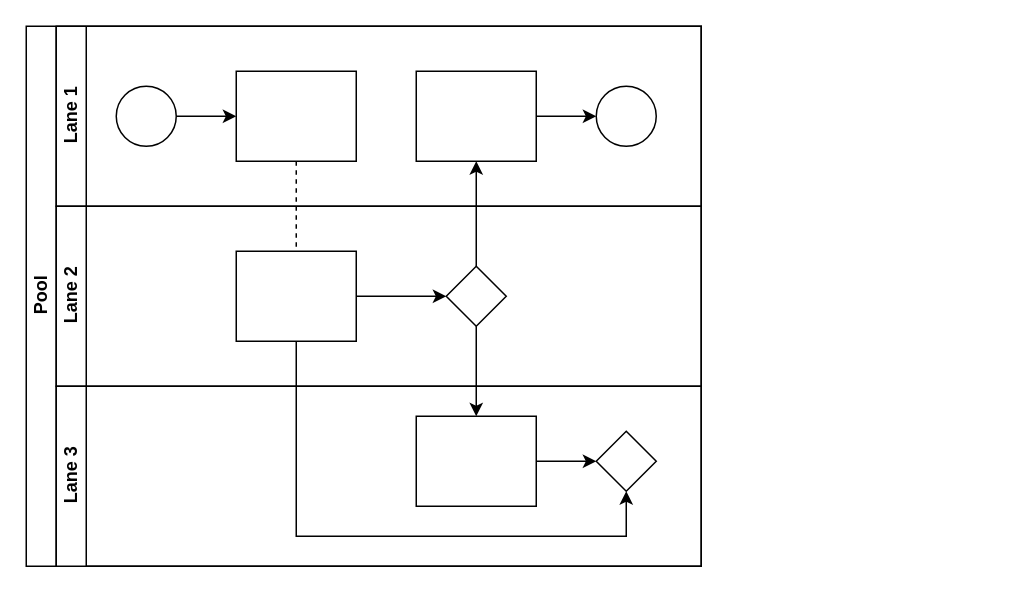
Above: 未命名绘图.drawio in ndsoi/miniprograms (draw.io), before the change. Source tidied: cells renumbered, new cells numbered last; positions are measured from the earlier drawing's top-left corner, leaving out a move shared by most shapes. Both pictures are drawn from the tidied source at 150%, with x=0, y=0 at pixel (26, 26).
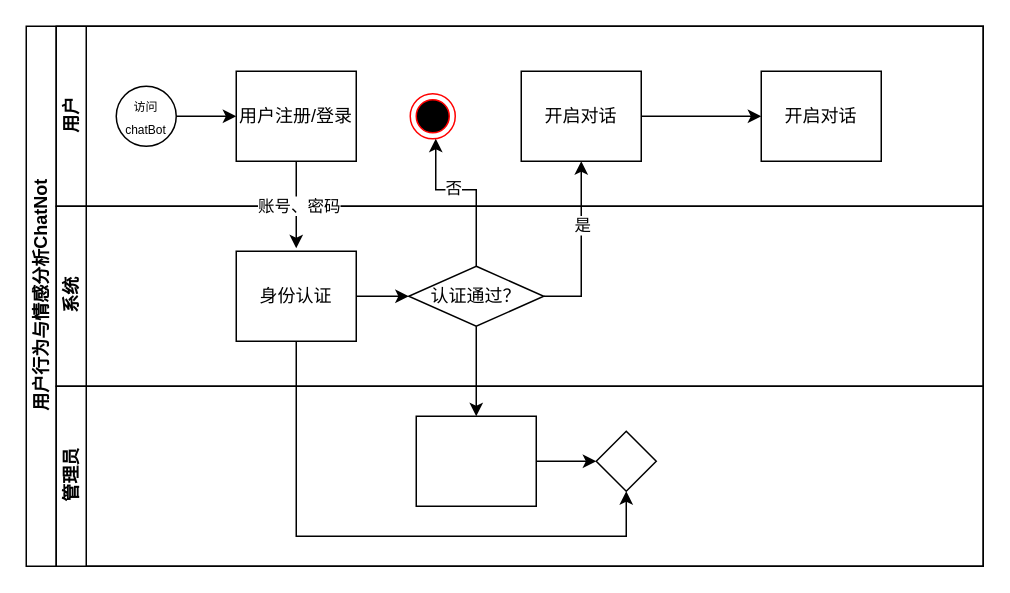
The same diagram, later.

Diff of the diagram source:
```diff
@@
-    <mxCell id="2" value="Pool" style="swimlane;html=1;horizontal=0;startSize=20;" parent="1" vertex="1">
-      <mxGeometry width="450" height="360" as="geometry" />
+    <mxCell id="2" value="用户行为与情感分析ChatNot" style="swimlane;html=1;horizontal=0;startSize=20;" parent="1" vertex="1">
+      <mxGeometry width="638" height="360" as="geometry" />
     </mxCell>
-    <mxCell id="3" style="edgeStyle=orthogonalEdgeStyle;rounded=0;jettySize=auto;html=1;dashed=1;endArrow=none;endFill=0;" parent="2" edge="1" source="10" target="16">
-      <mxGeometry relative="1" as="geometry" />
-    </mxCell>
-    <mxCell id="4" style="edgeStyle=orthogonalEdgeStyle;rounded=0;jettySize=auto;html=1;endArrow=classic;endFill=1;" parent="2" edge="1" source="17" target="12">
-      <mxGeometry relative="1" as="geometry" />
-    </mxCell>
@@
-    <mxCell id="7" value="Lane 1" style="swimlane;html=1;startSize=20;horizontal=0;" parent="2" vertex="1">
-      <mxGeometry x="20" width="430" height="120" as="geometry" />
+    <mxCell id="7" value="用户" style="swimlane;html=1;startSize=20;horizontal=0;" parent="2" vertex="1">
+      <mxGeometry x="20" width="618" height="120" as="geometry" />
     </mxCell>
@@
-    <mxCell id="9" style="ellipse;whiteSpace=wrap;html=1;" parent="7" vertex="1">
+    <mxCell id="9" value="&lt;font style=&quot;font-size: 8px;&quot;&gt;访问chatBot&lt;/font&gt;" style="ellipse;whiteSpace=wrap;html=1;" parent="7" vertex="1">
       <mxGeometry x="40" y="40" width="40" height="40" as="geometry" />
     </mxCell>
-    <mxCell id="10" style="rounded=0;whiteSpace=wrap;html=1;fontFamily=Helvetica;fontSize=12;fontColor=#000000;align=center;" parent="7" vertex="1">
+    <mxCell id="10" value="用户注册/登录" style="rounded=0;whiteSpace=wrap;html=1;fontFamily=Helvetica;fontSize=12;fontColor=#000000;align=center;" parent="7" vertex="1">
       <mxGeometry x="120" y="30" width="80" height="60" as="geometry" />
     </mxCell>
-    <mxCell id="11" style="edgeStyle=orthogonalEdgeStyle;rounded=0;jettySize=auto;html=1;endArrow=classic;endFill=1;" parent="7" edge="1" source="12" target="13">
-      <mxGeometry relative="1" as="geometry" />
-    </mxCell>
+    <mxCell id="22" style="edgeStyle=orthogonalEdgeStyle;rounded=0;jettySize=auto;html=1;" parent="7" edge="1" source="12" target="24">
+      <mxGeometry relative="1" as="geometry" />
+    </mxCell>
-    <mxCell id="12" style="rounded=0;whiteSpace=wrap;html=1;fontFamily=Helvetica;fontSize=12;fontColor=#000000;align=center;" parent="7" vertex="1">
-      <mxGeometry x="240" y="30" width="80" height="60" as="geometry" />
+    <mxCell id="12" value="开启对话" style="rounded=0;whiteSpace=wrap;html=1;fontFamily=Helvetica;fontSize=12;fontColor=#000000;align=center;" parent="7" vertex="1">
+      <mxGeometry x="310" y="30" width="80" height="60" as="geometry" />
     </mxCell>
-    <mxCell id="13" style="ellipse;whiteSpace=wrap;html=1;" parent="7" vertex="1">
-      <mxGeometry x="360" y="40" width="40" height="40" as="geometry" />
-    </mxCell>
+    <mxCell id="23" style="ellipse;html=1;shape=endState;fillColor=#000000;strokeColor=#ff0000;" parent="7" vertex="1">
+      <mxGeometry x="236" y="45" width="30" height="30" as="geometry" />
+    </mxCell>
+    <mxCell id="24" value="开启对话" style="rounded=0;whiteSpace=wrap;html=1;fontFamily=Helvetica;fontSize=12;fontColor=#000000;align=center;" parent="7" vertex="1">
+      <mxGeometry x="470" y="30" width="80" height="60" as="geometry" />
+    </mxCell>
-    <mxCell id="14" value="Lane 2" style="swimlane;html=1;startSize=20;horizontal=0;" parent="2" vertex="1">
-      <mxGeometry x="20" y="120" width="430" height="120" as="geometry" />
+    <mxCell id="14" value="系统" style="swimlane;html=1;startSize=20;horizontal=0;" parent="2" vertex="1">
+      <mxGeometry x="20" y="120" width="618" height="120" as="geometry" />
     </mxCell>
-    <mxCell id="15" style="edgeStyle=orthogonalEdgeStyle;rounded=0;jettySize=auto;html=1;endArrow=classic;endFill=1;" parent="14" edge="1" source="16" target="17">
-      <mxGeometry relative="1" as="geometry" />
-    </mxCell>
-    <mxCell id="16" style="rounded=0;whiteSpace=wrap;html=1;fontFamily=Helvetica;fontSize=12;fontColor=#000000;align=center;" parent="14" vertex="1">
+    <mxCell id="16" value="身份认证" style="rounded=0;whiteSpace=wrap;html=1;fontFamily=Helvetica;fontSize=12;fontColor=#000000;align=center;" parent="14" vertex="1">
       <mxGeometry x="120" y="30" width="80" height="60" as="geometry" />
     </mxCell>
-    <mxCell id="17" style="rhombus;whiteSpace=wrap;html=1;fontFamily=Helvetica;fontSize=12;fontColor=#000000;align=center;" parent="14" vertex="1">
-      <mxGeometry x="260" y="40" width="40" height="40" as="geometry" />
+    <mxCell id="17" value="认证通过？" style="rhombus;whiteSpace=wrap;html=1;fontFamily=Helvetica;fontSize=12;fontColor=#000000;align=center;" parent="14" vertex="1">
+      <mxGeometry x="235" y="40" width="90" height="40" as="geometry" />
     </mxCell>
+    <mxCell id="15" style="edgeStyle=orthogonalEdgeStyle;rounded=0;jettySize=auto;html=1;endArrow=classic;endFill=1;exitX=0.5;exitY=1;exitDx=0;exitDy=0;" parent="14" edge="1" source="10">
+      <mxGeometry relative="1" as="geometry">
+        <mxPoint x="160" y="28" as="targetPoint" />
+      </mxGeometry>
+    </mxCell>
+    <mxCell id="25" value="账号、密码" style="edgeLabel;html=1;align=center;verticalAlign=middle;" parent="15" vertex="1">
+      <mxGeometry x="0.03" y="1" relative="1" as="geometry" />
+    </mxCell>
+    <mxCell id="4" style="edgeStyle=orthogonalEdgeStyle;rounded=0;jettySize=auto;html=1;endArrow=classic;endFill=1;exitX=1;exitY=0.5;exitDx=0;exitDy=0;entryX=0;entryY=0.5;entryDx=0;entryDy=0;" parent="14" edge="1" source="16" target="17">
+      <mxGeometry relative="1" as="geometry" />
+    </mxCell>
-    <mxCell id="18" value="Lane 3" style="swimlane;html=1;startSize=20;horizontal=0;" parent="2" vertex="1">
-      <mxGeometry x="20" y="240" width="430" height="120" as="geometry" />
+    <mxCell id="18" value="管理员" style="swimlane;html=1;startSize=20;horizontal=0;" parent="2" vertex="1">
+      <mxGeometry x="20" y="240" width="618" height="120" as="geometry" />
     </mxCell>
@@
+    <mxCell id="26" style="edgeStyle=orthogonalEdgeStyle;rounded=0;jettySize=auto;html=1;entryX=0.567;entryY=1;entryDx=0;entryDy=0;entryPerimeter=0;" parent="2" edge="1" source="17" target="23">
+      <mxGeometry relative="1" as="geometry">
+        <Array as="points">
+          <mxPoint x="300" y="109" />
+          <mxPoint x="273" y="109" />
+        </Array>
+      </mxGeometry>
+    </mxCell>
+    <mxCell id="27" value="否" style="edgeLabel;html=1;align=center;verticalAlign=middle;" parent="26" vertex="1">
+      <mxGeometry x="0.2" y="-2" relative="1" as="geometry" />
+    </mxCell>
+    <mxCell id="28" style="edgeStyle=orthogonalEdgeStyle;rounded=0;jettySize=auto;html=1;exitX=1;exitY=0.5;exitDx=0;exitDy=0;entryX=0.5;entryY=1;entryDx=0;entryDy=0;" parent="2" edge="1" source="17" target="12">
+      <mxGeometry relative="1" as="geometry" />
+    </mxCell>
+    <mxCell id="29" value="是" style="edgeLabel;html=1;align=center;verticalAlign=middle;" parent="28" vertex="1">
+      <mxGeometry x="0.27" relative="1" as="geometry" />
+    </mxCell>
```
